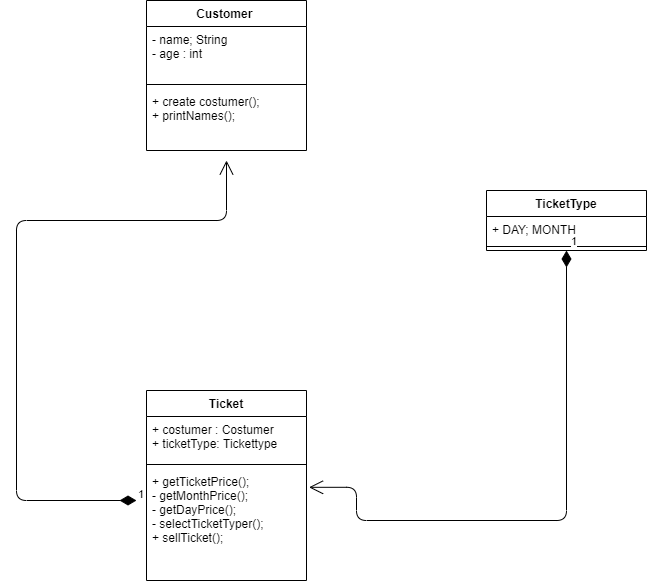
Before: projektDel3/UML/UML.png, a diagram exported from draw.io (deniselarsson/TodoProject). Source tidied: cells renumbered, new cells last; positions are measured from the earlier drawing's top-left corner, leaving out a move shared by most shapes.
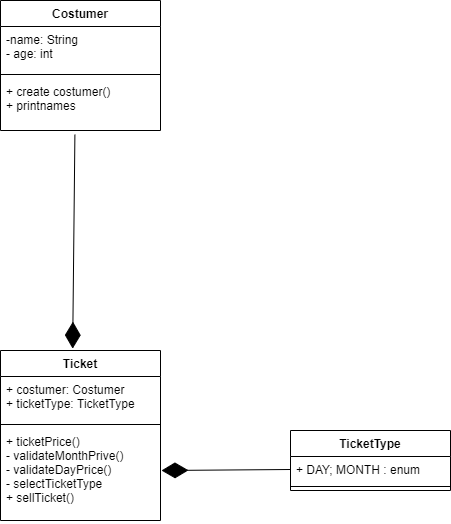
The same diagram one commit later.

Diff of the diagram source:
```diff
@@ -2,58 +2,46 @@
   <root>
     <mxCell id="0" />
     <mxCell id="1" parent="0" />
-    <mxCell id="2" value="Customer " style="swimlane;fontStyle=1;align=center;verticalAlign=top;horizontal=1;startSize=26;" parent="1" vertex="1">
-      <mxGeometry x="130" width="160" height="150" as="geometry" />
-    </mxCell>
-    <mxCell id="3" value="- name; String &#10;- age : int " style="text;strokeColor=none;fillColor=none;align=left;verticalAlign=top;spacingLeft=4;spacingRight=4;overflow=hidden;" parent="2" vertex="1">
-      <mxGeometry y="26" width="160" height="54" as="geometry" />
-    </mxCell>
-    <mxCell id="4" style="line;strokeWidth=1;fillColor=none;align=left;verticalAlign=middle;spacingTop=-1;spacingLeft=3;spacingRight=3;labelPosition=right;" parent="2" vertex="1">
-      <mxGeometry y="80" width="160" height="8" as="geometry" />
-    </mxCell>
-    <mxCell id="5" value="+ create costumer();&#10;+ printNames();" style="text;strokeColor=none;fillColor=none;align=left;verticalAlign=top;spacingLeft=4;spacingRight=4;overflow=hidden;" parent="2" vertex="1">
-      <mxGeometry y="88" width="160" height="62" as="geometry" />
-    </mxCell>
     <mxCell id="6" value="Ticket" style="swimlane;fontStyle=1;align=center;verticalAlign=top;horizontal=1;startSize=26;" parent="1" vertex="1">
-      <mxGeometry x="130" y="390" width="160" height="190" as="geometry" />
+      <mxGeometry x="220" y="320" width="160" height="170" as="geometry" />
     </mxCell>
-    <mxCell id="7" value="+ costumer : Costumer&#10;+ ticketType: Tickettype" style="text;strokeColor=none;fillColor=none;align=left;verticalAlign=top;spacingLeft=4;spacingRight=4;overflow=hidden;" parent="6" vertex="1">
-      <mxGeometry y="26" width="160" height="44" as="geometry" />
-    </mxCell>
-    <mxCell id="8" style="line;strokeWidth=1;fillColor=none;align=left;verticalAlign=middle;spacingTop=-1;spacingLeft=3;spacingRight=3;labelPosition=right;" parent="6" vertex="1">
-      <mxGeometry y="70" width="160" height="8" as="geometry" />
-    </mxCell>
-    <mxCell id="9" value="+ getTicketPrice();&#10;- getMonthPrice();&#10;- getDayPrice();&#10;- selectTicketTyper();&#10;+ sellTicket();" style="text;strokeColor=none;fillColor=none;align=left;verticalAlign=top;spacingLeft=4;spacingRight=4;overflow=hidden;points=[[0,0.5],[1,0.5]];portConstraint=eastwest;" parent="6" vertex="1">
-      <mxGeometry y="78" width="160" height="112" as="geometry" />
-    </mxCell>
+    <mxCell id="15" value="+ costumer: Costumer&#10;+ ticketType: TicketType" style="text;strokeColor=none;fillColor=none;align=left;verticalAlign=top;spacingLeft=4;spacingRight=4;overflow=hidden;" parent="6" vertex="1">
+      <mxGeometry y="26" width="160" height="44" as="geometry" />
+    </mxCell>
+    <mxCell id="16" style="line;strokeWidth=1;fillColor=none;align=left;verticalAlign=middle;spacingTop=-1;spacingLeft=3;spacingRight=3;labelPosition=right;" parent="6" vertex="1">
+      <mxGeometry y="70" width="160" height="8" as="geometry" />
+    </mxCell>
+    <mxCell id="17" value="+ ticketPrice()&#10;- validateMonthPrive()&#10;- validateDayPrice()&#10;- selectTicketType&#10;+ sellTicket()&#10;" style="text;strokeColor=none;fillColor=none;align=left;verticalAlign=top;spacingLeft=4;spacingRight=4;overflow=hidden;" parent="6" vertex="1">
+      <mxGeometry y="78" width="160" height="92" as="geometry" />
+    </mxCell>
+    <mxCell id="18" value="Costumer" style="swimlane;fontStyle=1;align=center;verticalAlign=top;horizontal=1;startSize=26;" parent="1" vertex="1">
+      <mxGeometry x="220" y="-30" width="160" height="130" as="geometry" />
+    </mxCell>
+    <mxCell id="19" value="-name: String &#10;- age: int" style="text;strokeColor=none;fillColor=none;align=left;verticalAlign=top;spacingLeft=4;spacingRight=4;overflow=hidden;" parent="18" vertex="1">
+      <mxGeometry y="26" width="160" height="44" as="geometry" />
+    </mxCell>
+    <mxCell id="20" style="line;strokeWidth=1;fillColor=none;align=left;verticalAlign=middle;spacingTop=-1;spacingLeft=3;spacingRight=3;labelPosition=right;" parent="18" vertex="1">
+      <mxGeometry y="70" width="160" height="8" as="geometry" />
+    </mxCell>
+    <mxCell id="21" value="+ create costumer()&#10;+ printnames" style="text;strokeColor=none;fillColor=none;align=left;verticalAlign=top;spacingLeft=4;spacingRight=4;overflow=hidden;points=[[0,0.5],[1,0.5]];portConstraint=eastwest;" parent="18" vertex="1">
+      <mxGeometry y="78" width="160" height="52" as="geometry" />
+    </mxCell>
     <mxCell id="10" value="TicketType" style="swimlane;fontStyle=1;align=center;verticalAlign=top;horizontal=1;startSize=26;" parent="1" vertex="1">
-      <mxGeometry x="470" y="190" width="160" height="60" as="geometry" />
+      <mxGeometry x="510" y="400" width="160" height="60" as="geometry" />
     </mxCell>
-    <mxCell id="11" value="+ DAY; MONTH" style="text;strokeColor=none;fillColor=none;align=left;verticalAlign=top;spacingLeft=4;spacingRight=4;overflow=hidden;" parent="10" vertex="1">
-      <mxGeometry y="26" width="160" height="26" as="geometry" />
-    </mxCell>
+    <mxCell id="22" value="+ DAY; MONTH : enum" style="text;strokeColor=none;fillColor=none;align=left;verticalAlign=top;spacingLeft=4;spacingRight=4;overflow=hidden;points=[[0,0.5],[1,0.5]];portConstraint=eastwest;" parent="10" vertex="1">
+      <mxGeometry y="26" width="160" height="26" as="geometry" />
+    </mxCell>
     <mxCell id="12" style="line;strokeWidth=1;fillColor=none;align=left;verticalAlign=middle;spacingTop=-1;spacingLeft=3;spacingRight=3;labelPosition=right;" parent="10" vertex="1">
       <mxGeometry y="52" width="160" height="8" as="geometry" />
     </mxCell>
-    <mxCell id="13" value="1" style="endArrow=open;html=1;endSize=12;startArrow=diamondThin;startSize=14;startFill=1;edgeStyle=orthogonalEdgeStyle;align=left;verticalAlign=bottom;" parent="1" edge="1">
-      <mxGeometry x="-1" y="3" relative="1" as="geometry">
-        <mxPoint x="120" y="500" as="sourcePoint" />
-        <mxPoint x="210" y="160" as="targetPoint" />
-        <Array as="points">
-          <mxPoint y="500" />
-          <mxPoint y="220" />
-          <mxPoint x="210" y="220" />
-        </Array>
-      </mxGeometry>
-    </mxCell>
-    <mxCell id="14" value="1" style="endArrow=open;html=1;endSize=12;startArrow=diamondThin;startSize=14;startFill=1;edgeStyle=orthogonalEdgeStyle;align=left;verticalAlign=bottom;exitX=0.5;exitY=1;exitDx=0;exitDy=0;entryX=1.016;entryY=0.168;entryDx=0;entryDy=0;entryPerimeter=0;" parent="1" edge="1" source="10" target="9">
-      <mxGeometry x="-1" y="3" relative="1" as="geometry">
-        <Array as="points">
-          <mxPoint x="550" y="520" />
-          <mxPoint x="340" y="520" />
-          <mxPoint x="340" y="487" />
-        </Array>
-      </mxGeometry>
-    </mxCell>
+    <mxCell id="23" style="endArrow=diamondThin;endFill=1;endSize=24;html=1;exitX=0;exitY=0.5;exitDx=0;exitDy=0;" parent="1" edge="1" source="22">
+      <mxGeometry relative="1" as="geometry">
+        <mxPoint x="381" y="440" as="targetPoint" />
+      </mxGeometry>
+    </mxCell>
+    <mxCell id="24" style="endArrow=diamondThin;endFill=1;endSize=24;html=1;exitX=0.465;exitY=1.081;exitDx=0;exitDy=0;exitPerimeter=0;entryX=0.451;entryY=-0.011;entryDx=0;entryDy=0;entryPerimeter=0;" parent="1" edge="1" source="21" target="6">
+      <mxGeometry relative="1" as="geometry" />
+    </mxCell>
   </root>
 </mxGraphModel>
```
